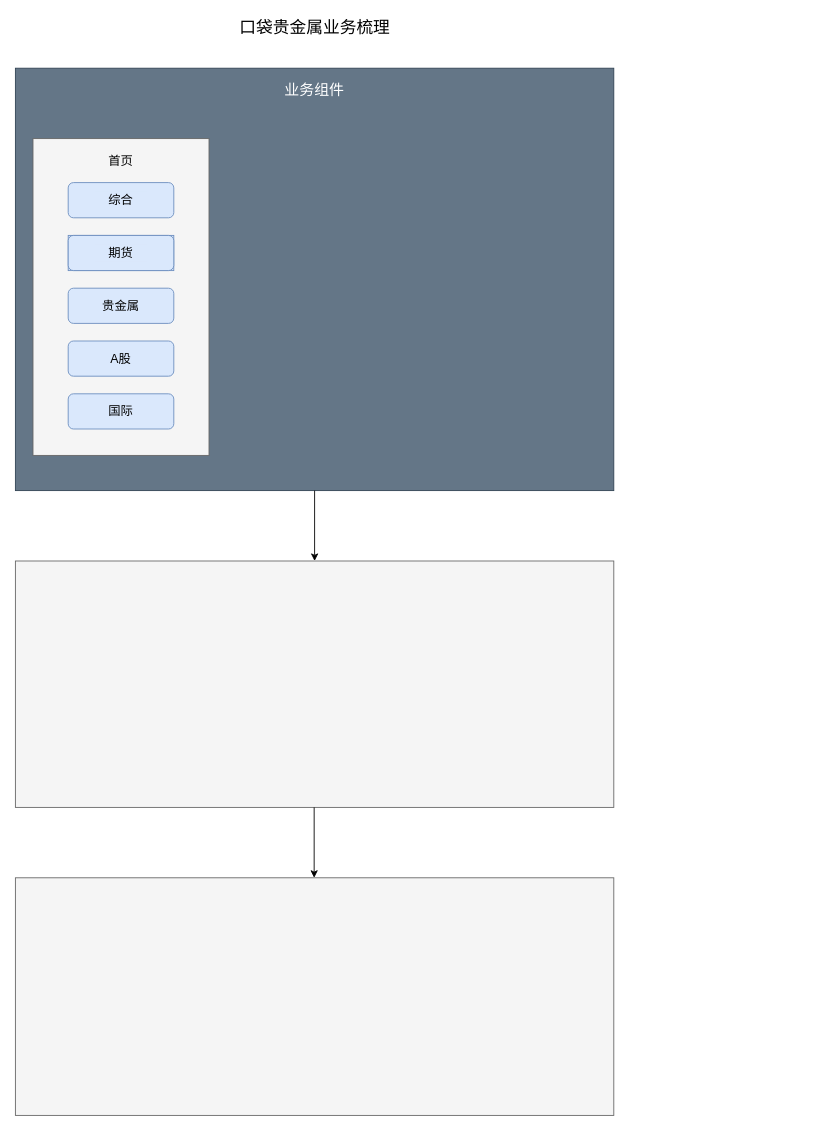
Before: 口袋贵金属业务梳理.drawio in CY-0227/YC_Binary_Config, a draw.io diagram. Source tidied: cells renumbered, new cells numbered last; positions are measured from the earlier drawing's top-left corner, leaving out a move shared by most shapes. Both pictures are drawn from the tidied source at 88%, with x=0, y=0 at pixel (15, 15).
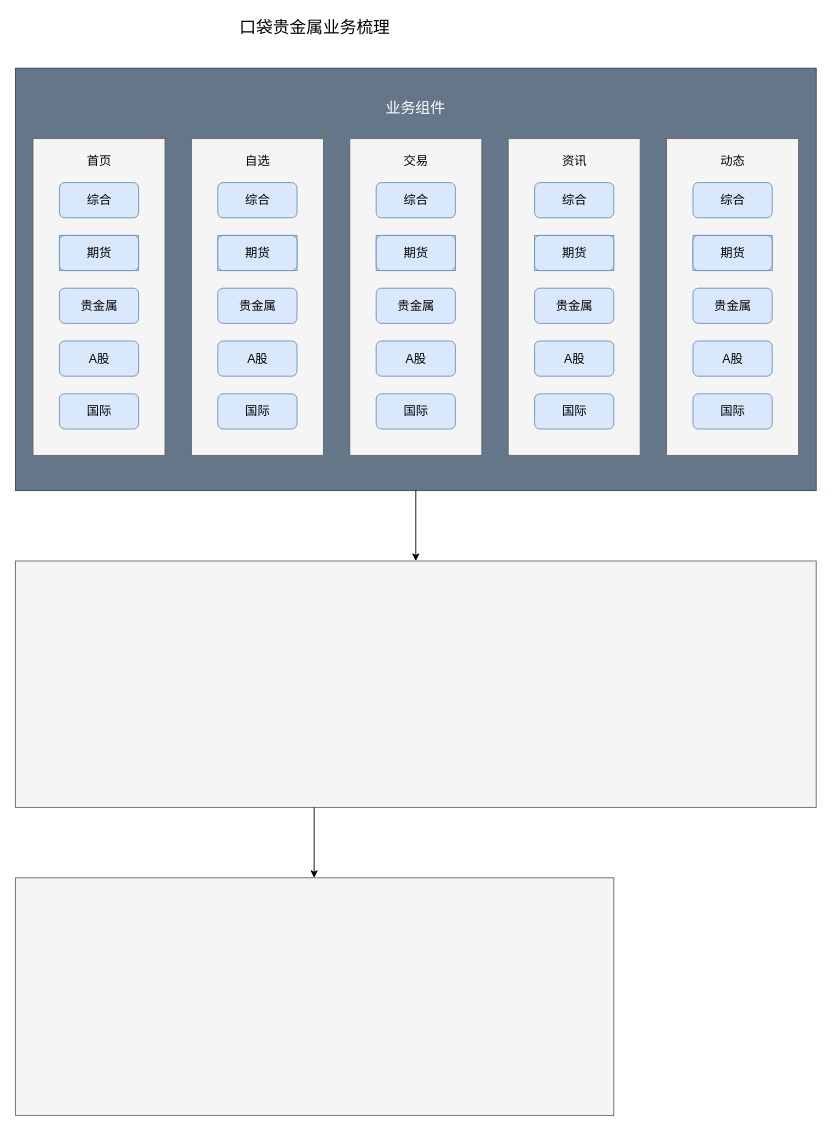
The same page after the edit.

Commit message:
更新口袋贵金属业务梳理.drawio

The edit, as a diff of the source:
```diff
@@
     <mxCell id="2" style="rounded=0;whiteSpace=wrap;html=1;fillColor=#647687;strokeColor=#314354;fontColor=#ffffff;" parent="1" vertex="1">
-      <mxGeometry y="60" width="680" height="480" as="geometry" />
+      <mxGeometry y="60" width="910" height="480" as="geometry" />
     </mxCell>
     <mxCell id="3" style="rounded=0;whiteSpace=wrap;html=1;fillColor=#f5f5f5;strokeColor=#666666;fontColor=#333333;" parent="1" vertex="1">
-      <mxGeometry y="620" width="680" height="280" as="geometry" />
+      <mxGeometry y="620" width="910" height="280" as="geometry" />
     </mxCell>
@@
     <mxCell id="9" value="&lt;font style=&quot;font-size: 17px&quot;&gt;业务组件&lt;/font&gt;" style="text;html=1;strokeColor=none;fillColor=none;align=center;verticalAlign=middle;whiteSpace=wrap;rounded=0;fontSize=19;fontColor=#FFFFFF;" parent="1" vertex="1">
-      <mxGeometry x="275" y="70" width="130" height="30" as="geometry" />
+      <mxGeometry x="390" y="90" width="130" height="30" as="geometry" />
     </mxCell>
+    <mxCell id="27" style="group;" parent="1" vertex="1">
+      <mxGeometry x="20" y="140" width="150" height="360" as="geometry" />
+    </mxCell>
-    <mxCell id="10" style="rounded=0;whiteSpace=wrap;html=1;fontSize=17;fontColor=#333333;fillColor=#f5f5f5;strokeColor=#666666;" parent="1" vertex="1">
-      <mxGeometry x="20" y="140" width="200" height="360" as="geometry" />
+    <mxCell id="10" style="rounded=0;whiteSpace=wrap;html=1;fontSize=17;fontColor=#333333;fillColor=#f5f5f5;strokeColor=#666666;" parent="27" vertex="1">
+      <mxGeometry width="150" height="360" as="geometry" />
     </mxCell>
-    <mxCell id="11" value="&lt;font style=&quot;font-size: 14px&quot;&gt;首页&lt;/font&gt;" style="text;html=1;strokeColor=none;fillColor=none;align=center;verticalAlign=middle;whiteSpace=wrap;rounded=0;fontSize=17;fontColor=#000000;" parent="1" vertex="1">
-      <mxGeometry x="90" y="150" width="60" height="30" as="geometry" />
+    <mxCell id="11" value="&lt;font style=&quot;font-size: 14px&quot;&gt;首页&lt;/font&gt;" style="text;html=1;strokeColor=none;fillColor=none;align=center;verticalAlign=middle;whiteSpace=wrap;rounded=0;fontSize=17;fontColor=#000000;" parent="27" vertex="1">
+      <mxGeometry x="52.5" y="10" width="45" height="30" as="geometry" />
     </mxCell>
-    <mxCell id="12" style="group;" parent="1" vertex="1">
-      <mxGeometry x="60" y="190" width="120" height="40" as="geometry" />
+    <mxCell id="12" style="group;" parent="27" vertex="1">
+      <mxGeometry x="30" y="50" width="90" height="40" as="geometry" />
     </mxCell>
     <mxCell id="13" style="rounded=1;whiteSpace=wrap;html=1;fontSize=14;fillColor=#dae8fc;strokeColor=#6c8ebf;" parent="12" vertex="1">
-      <mxGeometry width="120" height="40" as="geometry" />
+      <mxGeometry width="90" height="40" as="geometry" />
     </mxCell>
     <mxCell id="14" value="综合" style="text;html=1;strokeColor=none;fillColor=#dae8fc;align=center;verticalAlign=middle;whiteSpace=wrap;rounded=0;fontSize=14;" parent="12" vertex="1">
-      <mxGeometry x="30" y="10" width="60" height="20" as="geometry" />
+      <mxGeometry x="22.5" y="10" width="45" height="20" as="geometry" />
     </mxCell>
-    <mxCell id="15" style="group;fillColor=#dae8fc;strokeColor=#6c8ebf;gradientColor=none;rounded=0;glass=0;" parent="1" vertex="1">
-      <mxGeometry x="60" y="250" width="120" height="40" as="geometry" />
+    <mxCell id="15" style="group;fillColor=#dae8fc;strokeColor=#6c8ebf;gradientColor=none;rounded=0;glass=0;" parent="27" vertex="1">
+      <mxGeometry x="30" y="110" width="90" height="40" as="geometry" />
     </mxCell>
     <mxCell id="16" style="rounded=1;whiteSpace=wrap;html=1;fontSize=14;fillColor=#dae8fc;strokeColor=#6c8ebf;" parent="15" vertex="1">
-      <mxGeometry width="120" height="40" as="geometry" />
+      <mxGeometry width="90" height="40" as="geometry" />
     </mxCell>
     <mxCell id="17" value="期货" style="text;html=1;strokeColor=none;fillColor=#dae8fc;align=center;verticalAlign=middle;whiteSpace=wrap;rounded=0;fontSize=14;" parent="15" vertex="1">
-      <mxGeometry x="30" y="10" width="60" height="20" as="geometry" />
+      <mxGeometry x="22.5" y="10" width="45" height="20" as="geometry" />
     </mxCell>
-    <mxCell id="18" style="group;" parent="1" vertex="1">
-      <mxGeometry x="60" y="310" width="120" height="40" as="geometry" />
+    <mxCell id="18" style="group;" parent="27" vertex="1">
+      <mxGeometry x="30" y="170" width="90" height="40" as="geometry" />
     </mxCell>
     <mxCell id="19" style="rounded=1;whiteSpace=wrap;html=1;fontSize=14;fillColor=#dae8fc;strokeColor=#6c8ebf;" parent="18" vertex="1">
-      <mxGeometry width="120" height="40" as="geometry" />
+      <mxGeometry width="90" height="40" as="geometry" />
     </mxCell>
     <mxCell id="20" value="贵金属" style="text;html=1;strokeColor=none;fillColor=none;align=center;verticalAlign=middle;whiteSpace=wrap;rounded=0;fontSize=14;fontColor=#000000;" parent="18" vertex="1">
-      <mxGeometry x="30" y="10" width="60" height="20" as="geometry" />
+      <mxGeometry x="22.5" y="10" width="45" height="20" as="geometry" />
     </mxCell>
-    <mxCell id="21" style="group;" parent="1" vertex="1">
-      <mxGeometry x="60" y="370" width="120" height="40" as="geometry" />
+    <mxCell id="21" style="group;" parent="27" vertex="1">
+      <mxGeometry x="30" y="230" width="90" height="40" as="geometry" />
     </mxCell>
     <mxCell id="22" style="rounded=1;whiteSpace=wrap;html=1;fontSize=14;fillColor=#dae8fc;strokeColor=#6c8ebf;" parent="21" vertex="1">
-      <mxGeometry width="120" height="40" as="geometry" />
+      <mxGeometry width="90" height="40" as="geometry" />
     </mxCell>
     <mxCell id="23" value="A股" style="text;html=1;strokeColor=none;fillColor=none;align=center;verticalAlign=middle;whiteSpace=wrap;rounded=0;fontSize=14;fontColor=#000000;" parent="21" vertex="1">
-      <mxGeometry x="30" y="10" width="60" height="20" as="geometry" />
+      <mxGeometry x="22.5" y="10" width="45" height="20" as="geometry" />
     </mxCell>
-    <mxCell id="24" style="group;" parent="1" vertex="1">
-      <mxGeometry x="60" y="430" width="120" height="40" as="geometry" />
+    <mxCell id="24" style="group;" parent="27" vertex="1">
+      <mxGeometry x="30" y="290" width="90" height="40" as="geometry" />
     </mxCell>
     <mxCell id="25" style="rounded=1;whiteSpace=wrap;html=1;fontSize=14;fillColor=#dae8fc;strokeColor=#6c8ebf;" parent="24" vertex="1">
-      <mxGeometry width="120" height="40" as="geometry" />
+      <mxGeometry width="90" height="40" as="geometry" />
     </mxCell>
     <mxCell id="26" value="国际" style="text;html=1;strokeColor=none;fillColor=none;align=center;verticalAlign=middle;whiteSpace=wrap;rounded=0;fontSize=14;fontColor=#000000;" parent="24" vertex="1">
-      <mxGeometry x="30" y="10" width="60" height="20" as="geometry" />
+      <mxGeometry x="22.5" y="10" width="45" height="20" as="geometry" />
     </mxCell>
+    <mxCell id="28" style="group;" parent="1" vertex="1">
+      <mxGeometry x="200" y="140" width="150" height="360" as="geometry" />
+    </mxCell>
+    <mxCell id="29" style="rounded=0;whiteSpace=wrap;html=1;fontSize=17;fontColor=#333333;fillColor=#f5f5f5;strokeColor=#666666;" parent="28" vertex="1">
+      <mxGeometry width="150" height="360" as="geometry" />
+    </mxCell>
+    <mxCell id="30" value="&lt;span style=&quot;font-size: 14px&quot;&gt;自选&lt;/span&gt;" style="text;html=1;strokeColor=none;fillColor=none;align=center;verticalAlign=middle;whiteSpace=wrap;rounded=0;fontSize=17;fontColor=#000000;" parent="28" vertex="1">
+      <mxGeometry x="52.5" y="10" width="45" height="30" as="geometry" />
+    </mxCell>
+    <mxCell id="31" style="group;" parent="28" vertex="1">
+      <mxGeometry x="30" y="50" width="90" height="40" as="geometry" />
+    </mxCell>
+    <mxCell id="32" style="rounded=1;whiteSpace=wrap;html=1;fontSize=14;fillColor=#dae8fc;strokeColor=#6c8ebf;" parent="31" vertex="1">
+      <mxGeometry width="90" height="40" as="geometry" />
+    </mxCell>
+    <mxCell id="33" value="综合" style="text;html=1;strokeColor=none;fillColor=#dae8fc;align=center;verticalAlign=middle;whiteSpace=wrap;rounded=0;fontSize=14;" parent="31" vertex="1">
+      <mxGeometry x="22.5" y="10" width="45" height="20" as="geometry" />
+    </mxCell>
+    <mxCell id="34" style="group;fillColor=#dae8fc;strokeColor=#6c8ebf;gradientColor=none;rounded=0;glass=0;" parent="28" vertex="1">
+      <mxGeometry x="30" y="110" width="90" height="40" as="geometry" />
+    </mxCell>
+    <mxCell id="35" style="rounded=1;whiteSpace=wrap;html=1;fontSize=14;fillColor=#dae8fc;strokeColor=#6c8ebf;" parent="34" vertex="1">
+      <mxGeometry width="90" height="40" as="geometry" />
+    </mxCell>
+    <mxCell id="36" value="期货" style="text;html=1;strokeColor=none;fillColor=#dae8fc;align=center;verticalAlign=middle;whiteSpace=wrap;rounded=0;fontSize=14;" parent="34" vertex="1">
+      <mxGeometry x="22.5" y="10" width="45" height="20" as="geometry" />
+    </mxCell>
+    <mxCell id="37" style="group;" parent="28" vertex="1">
+      <mxGeometry x="30" y="170" width="90" height="40" as="geometry" />
+    </mxCell>
+    <mxCell id="38" style="rounded=1;whiteSpace=wrap;html=1;fontSize=14;fillColor=#dae8fc;strokeColor=#6c8ebf;" parent="37" vertex="1">
+      <mxGeometry width="90" height="40" as="geometry" />
+    </mxCell>
+    <mxCell id="39" value="贵金属" style="text;html=1;strokeColor=none;fillColor=none;align=center;verticalAlign=middle;whiteSpace=wrap;rounded=0;fontSize=14;fontColor=#000000;" parent="37" vertex="1">
+      <mxGeometry x="22.5" y="10" width="45" height="20" as="geometry" />
+    </mxCell>
+    <mxCell id="40" style="group;" parent="28" vertex="1">
+      <mxGeometry x="30" y="230" width="90" height="40" as="geometry" />
+    </mxCell>
+    <mxCell id="41" style="rounded=1;whiteSpace=wrap;html=1;fontSize=14;fillColor=#dae8fc;strokeColor=#6c8ebf;" parent="40" vertex="1">
+      <mxGeometry width="90" height="40" as="geometry" />
+    </mxCell>
+    <mxCell id="42" value="A股" style="text;html=1;strokeColor=none;fillColor=none;align=center;verticalAlign=middle;whiteSpace=wrap;rounded=0;fontSize=14;fontColor=#000000;" parent="40" vertex="1">
+      <mxGeometry x="22.5" y="10" width="45" height="20" as="geometry" />
+    </mxCell>
+    <mxCell id="43" style="group;" parent="28" vertex="1">
+      <mxGeometry x="30" y="290" width="90" height="40" as="geometry" />
+    </mxCell>
+    <mxCell id="44" style="rounded=1;whiteSpace=wrap;html=1;fontSize=14;fillColor=#dae8fc;strokeColor=#6c8ebf;" parent="43" vertex="1">
+      <mxGeometry width="90" height="40" as="geometry" />
+    </mxCell>
+    <mxCell id="45" value="国际" style="text;html=1;strokeColor=none;fillColor=none;align=center;verticalAlign=middle;whiteSpace=wrap;rounded=0;fontSize=14;fontColor=#000000;" parent="43" vertex="1">
+      <mxGeometry x="22.5" y="10" width="45" height="20" as="geometry" />
+    </mxCell>
+    <mxCell id="46" style="group;" parent="1" vertex="1">
+      <mxGeometry x="380" y="140" width="150" height="360" as="geometry" />
+    </mxCell>
+    <mxCell id="47" style="rounded=0;whiteSpace=wrap;html=1;fontSize=17;fontColor=#333333;fillColor=#f5f5f5;strokeColor=#666666;" parent="46" vertex="1">
+      <mxGeometry width="150" height="360" as="geometry" />
+    </mxCell>
+    <mxCell id="48" value="&lt;font style=&quot;font-size: 14px&quot;&gt;交易&lt;/font&gt;" style="text;html=1;strokeColor=none;fillColor=none;align=center;verticalAlign=middle;whiteSpace=wrap;rounded=0;fontSize=17;fontColor=#000000;" parent="46" vertex="1">
+      <mxGeometry x="52.5" y="10" width="45" height="30" as="geometry" />
+    </mxCell>
+    <mxCell id="49" style="group;" parent="46" vertex="1">
+      <mxGeometry x="30" y="50" width="90" height="40" as="geometry" />
+    </mxCell>
+    <mxCell id="50" style="rounded=1;whiteSpace=wrap;html=1;fontSize=14;fillColor=#dae8fc;strokeColor=#6c8ebf;" parent="49" vertex="1">
+      <mxGeometry width="90" height="40" as="geometry" />
+    </mxCell>
+    <mxCell id="51" value="综合" style="text;html=1;strokeColor=none;fillColor=#dae8fc;align=center;verticalAlign=middle;whiteSpace=wrap;rounded=0;fontSize=14;" parent="49" vertex="1">
+      <mxGeometry x="22.5" y="10" width="45" height="20" as="geometry" />
+    </mxCell>
+    <mxCell id="52" style="group;fillColor=#dae8fc;strokeColor=#6c8ebf;gradientColor=none;rounded=0;glass=0;" parent="46" vertex="1">
+      <mxGeometry x="30" y="110" width="90" height="40" as="geometry" />
+    </mxCell>
+    <mxCell id="53" style="rounded=1;whiteSpace=wrap;html=1;fontSize=14;fillColor=#dae8fc;strokeColor=#6c8ebf;" parent="52" vertex="1">
+      <mxGeometry width="90" height="40" as="geometry" />
+    </mxCell>
+    <mxCell id="54" value="期货" style="text;html=1;strokeColor=none;fillColor=#dae8fc;align=center;verticalAlign=middle;whiteSpace=wrap;rounded=0;fontSize=14;" parent="52" vertex="1">
+      <mxGeometry x="22.5" y="10" width="45" height="20" as="geometry" />
+    </mxCell>
+    <mxCell id="55" style="group;" parent="46" vertex="1">
+      <mxGeometry x="30" y="170" width="90" height="40" as="geometry" />
+    </mxCell>
+    <mxCell id="56" style="rounded=1;whiteSpace=wrap;html=1;fontSize=14;fillColor=#dae8fc;strokeColor=#6c8ebf;" parent="55" vertex="1">
+      <mxGeometry width="90" height="40" as="geometry" />
+    </mxCell>
+    <mxCell id="57" value="贵金属" style="text;html=1;strokeColor=none;fillColor=none;align=center;verticalAlign=middle;whiteSpace=wrap;rounded=0;fontSize=14;fontColor=#000000;" parent="55" vertex="1">
+      <mxGeometry x="22.5" y="10" width="45" height="20" as="geometry" />
+    </mxCell>
+    <mxCell id="58" style="group;" parent="46" vertex="1">
+      <mxGeometry x="30" y="230" width="90" height="40" as="geometry" />
+    </mxCell>
+    <mxCell id="59" style="rounded=1;whiteSpace=wrap;html=1;fontSize=14;fillColor=#dae8fc;strokeColor=#6c8ebf;" parent="58" vertex="1">
+      <mxGeometry width="90" height="40" as="geometry" />
+    </mxCell>
+    <mxCell id="60" value="A股" style="text;html=1;strokeColor=none;fillColor=none;align=center;verticalAlign=middle;whiteSpace=wrap;rounded=0;fontSize=14;fontColor=#000000;" parent="58" vertex="1">
+      <mxGeometry x="22.5" y="10" width="45" height="20" as="geometry" />
+    </mxCell>
+    <mxCell id="61" style="group;" parent="46" vertex="1">
+      <mxGeometry x="30" y="290" width="90" height="40" as="geometry" />
+    </mxCell>
+    <mxCell id="62" style="rounded=1;whiteSpace=wrap;html=1;fontSize=14;fillColor=#dae8fc;strokeColor=#6c8ebf;" parent="61" vertex="1">
+      <mxGeometry width="90" height="40" as="geometry" />
+    </mxCell>
+    <mxCell id="63" value="国际" style="text;html=1;strokeColor=none;fillColor=none;align=center;verticalAlign=middle;whiteSpace=wrap;rounded=0;fontSize=14;fontColor=#000000;" parent="61" vertex="1">
+      <mxGeometry x="22.5" y="10" width="45" height="20" as="geometry" />
+    </mxCell>
+    <mxCell id="64" style="group;" parent="1" vertex="1">
+      <mxGeometry x="560" y="140" width="150" height="360" as="geometry" />
+    </mxCell>
+    <mxCell id="65" style="rounded=0;whiteSpace=wrap;html=1;fontSize=17;fontColor=#333333;fillColor=#f5f5f5;strokeColor=#666666;" parent="64" vertex="1">
+      <mxGeometry width="150" height="360" as="geometry" />
+    </mxCell>
+    <mxCell id="66" value="&lt;font style=&quot;font-size: 14px&quot;&gt;资讯&lt;/font&gt;" style="text;html=1;strokeColor=none;fillColor=none;align=center;verticalAlign=middle;whiteSpace=wrap;rounded=0;fontSize=17;fontColor=#000000;" parent="64" vertex="1">
+      <mxGeometry x="52.5" y="10" width="45" height="30" as="geometry" />
+    </mxCell>
+    <mxCell id="67" style="group;" parent="64" vertex="1">
+      <mxGeometry x="30" y="50" width="90" height="40" as="geometry" />
+    </mxCell>
+    <mxCell id="68" style="rounded=1;whiteSpace=wrap;html=1;fontSize=14;fillColor=#dae8fc;strokeColor=#6c8ebf;" parent="67" vertex="1">
+      <mxGeometry width="90" height="40" as="geometry" />
+    </mxCell>
+    <mxCell id="69" value="综合" style="text;html=1;strokeColor=none;fillColor=#dae8fc;align=center;verticalAlign=middle;whiteSpace=wrap;rounded=0;fontSize=14;" parent="67" vertex="1">
+      <mxGeometry x="22.5" y="10" width="45" height="20" as="geometry" />
+    </mxCell>
+    <mxCell id="70" style="group;fillColor=#dae8fc;strokeColor=#6c8ebf;gradientColor=none;rounded=0;glass=0;" parent="64" vertex="1">
+      <mxGeometry x="30" y="110" width="90" height="40" as="geometry" />
+    </mxCell>
+    <mxCell id="71" style="rounded=1;whiteSpace=wrap;html=1;fontSize=14;fillColor=#dae8fc;strokeColor=#6c8ebf;" parent="70" vertex="1">
+      <mxGeometry width="90" height="40" as="geometry" />
+    </mxCell>
+    <mxCell id="72" value="期货" style="text;html=1;strokeColor=none;fillColor=#dae8fc;align=center;verticalAlign=middle;whiteSpace=wrap;rounded=0;fontSize=14;" parent="70" vertex="1">
+      <mxGeometry x="22.5" y="10" width="45" height="20" as="geometry" />
+    </mxCell>
+    <mxCell id="73" style="group;" parent="64" vertex="1">
+      <mxGeometry x="30" y="170" width="90" height="40" as="geometry" />
+    </mxCell>
+    <mxCell id="74" style="rounded=1;whiteSpace=wrap;html=1;fontSize=14;fillColor=#dae8fc;strokeColor=#6c8ebf;" parent="73" vertex="1">
+      <mxGeometry width="90" height="40" as="geometry" />
+    </mxCell>
+    <mxCell id="75" value="贵金属" style="text;html=1;strokeColor=none;fillColor=none;align=center;verticalAlign=middle;whiteSpace=wrap;rounded=0;fontSize=14;fontColor=#000000;" parent="73" vertex="1">
+      <mxGeometry x="22.5" y="10" width="45" height="20" as="geometry" />
+    </mxCell>
+    <mxCell id="76" style="group;" parent="64" vertex="1">
+      <mxGeometry x="30" y="230" width="90" height="40" as="geometry" />
+    </mxCell>
+    <mxCell id="77" style="rounded=1;whiteSpace=wrap;html=1;fontSize=14;fillColor=#dae8fc;strokeColor=#6c8ebf;" parent="76" vertex="1">
+      <mxGeometry width="90" height="40" as="geometry" />
+    </mxCell>
+    <mxCell id="78" value="A股" style="text;html=1;strokeColor=none;fillColor=none;align=center;verticalAlign=middle;whiteSpace=wrap;rounded=0;fontSize=14;fontColor=#000000;" parent="76" vertex="1">
+      <mxGeometry x="22.5" y="10" width="45" height="20" as="geometry" />
+    </mxCell>
+    <mxCell id="79" style="group;" parent="64" vertex="1">
+      <mxGeometry x="30" y="290" width="90" height="40" as="geometry" />
+    </mxCell>
+    <mxCell id="80" style="rounded=1;whiteSpace=wrap;html=1;fontSize=14;fillColor=#dae8fc;strokeColor=#6c8ebf;" parent="79" vertex="1">
+      <mxGeometry width="90" height="40" as="geometry" />
+    </mxCell>
+    <mxCell id="81" value="国际" style="text;html=1;strokeColor=none;fillColor=none;align=center;verticalAlign=middle;whiteSpace=wrap;rounded=0;fontSize=14;fontColor=#000000;" parent="79" vertex="1">
+      <mxGeometry x="22.5" y="10" width="45" height="20" as="geometry" />
+    </mxCell>
+    <mxCell id="82" style="group;" parent="1" vertex="1">
+      <mxGeometry x="740" y="140" width="150" height="360" as="geometry" />
+    </mxCell>
+    <mxCell id="83" style="rounded=0;whiteSpace=wrap;html=1;fontSize=17;fontColor=#333333;fillColor=#f5f5f5;strokeColor=#666666;" parent="82" vertex="1">
+      <mxGeometry width="150" height="360" as="geometry" />
+    </mxCell>
+    <mxCell id="84" value="&lt;font style=&quot;font-size: 14px&quot;&gt;动态&lt;/font&gt;" style="text;html=1;strokeColor=none;fillColor=none;align=center;verticalAlign=middle;whiteSpace=wrap;rounded=0;fontSize=17;fontColor=#000000;" parent="82" vertex="1">
+      <mxGeometry x="52.5" y="10" width="45" height="30" as="geometry" />
+    </mxCell>
+    <mxCell id="85" style="group;" parent="82" vertex="1">
+      <mxGeometry x="30" y="50" width="90" height="40" as="geometry" />
+    </mxCell>
+    <mxCell id="86" style="rounded=1;whiteSpace=wrap;html=1;fontSize=14;fillColor=#dae8fc;strokeColor=#6c8ebf;" parent="85" vertex="1">
+      <mxGeometry width="90" height="40" as="geometry" />
+    </mxCell>
+    <mxCell id="87" value="综合" style="text;html=1;strokeColor=none;fillColor=#dae8fc;align=center;verticalAlign=middle;whiteSpace=wrap;rounded=0;fontSize=14;" parent="85" vertex="1">
+      <mxGeometry x="22.5" y="10" width="45" height="20" as="geometry" />
+    </mxCell>
+    <mxCell id="88" style="group;fillColor=#dae8fc;strokeColor=#6c8ebf;gradientColor=none;rounded=0;glass=0;" parent="82" vertex="1">
+      <mxGeometry x="30" y="110" width="90" height="40" as="geometry" />
+    </mxCell>
+    <mxCell id="89" style="rounded=1;whiteSpace=wrap;html=1;fontSize=14;fillColor=#dae8fc;strokeColor=#6c8ebf;" parent="88" vertex="1">
+      <mxGeometry width="90" height="40" as="geometry" />
+    </mxCell>
+    <mxCell id="90" value="期货" style="text;html=1;strokeColor=none;fillColor=#dae8fc;align=center;verticalAlign=middle;whiteSpace=wrap;rounded=0;fontSize=14;" parent="88" vertex="1">
+      <mxGeometry x="22.5" y="10" width="45" height="20" as="geometry" />
+    </mxCell>
+    <mxCell id="91" style="group;" parent="82" vertex="1">
+      <mxGeometry x="30" y="170" width="90" height="40" as="geometry" />
+    </mxCell>
+    <mxCell id="92" style="rounded=1;whiteSpace=wrap;html=1;fontSize=14;fillColor=#dae8fc;strokeColor=#6c8ebf;" parent="91" vertex="1">
+      <mxGeometry width="90" height="40" as="geometry" />
+    </mxCell>
+    <mxCell id="93" value="贵金属" style="text;html=1;strokeColor=none;fillColor=none;align=center;verticalAlign=middle;whiteSpace=wrap;rounded=0;fontSize=14;fontColor=#000000;" parent="91" vertex="1">
+      <mxGeometry x="22.5" y="10" width="45" height="20" as="geometry" />
+    </mxCell>
+    <mxCell id="94" style="group;" parent="82" vertex="1">
+      <mxGeometry x="30" y="230" width="90" height="40" as="geometry" />
+    </mxCell>
+    <mxCell id="95" style="rounded=1;whiteSpace=wrap;html=1;fontSize=14;fillColor=#dae8fc;strokeColor=#6c8ebf;" parent="94" vertex="1">
+      <mxGeometry width="90" height="40" as="geometry" />
+    </mxCell>
+    <mxCell id="96" value="A股" style="text;html=1;strokeColor=none;fillColor=none;align=center;verticalAlign=middle;whiteSpace=wrap;rounded=0;fontSize=14;fontColor=#000000;" parent="94" vertex="1">
+      <mxGeometry x="22.5" y="10" width="45" height="20" as="geometry" />
+    </mxCell>
+    <mxCell id="97" style="group;" parent="82" vertex="1">
+      <mxGeometry x="30" y="290" width="90" height="40" as="geometry" />
+    </mxCell>
+    <mxCell id="98" style="rounded=1;whiteSpace=wrap;html=1;fontSize=14;fillColor=#dae8fc;strokeColor=#6c8ebf;" parent="97" vertex="1">
+      <mxGeometry width="90" height="40" as="geometry" />
+    </mxCell>
+    <mxCell id="99" value="国际" style="text;html=1;strokeColor=none;fillColor=none;align=center;verticalAlign=middle;whiteSpace=wrap;rounded=0;fontSize=14;fontColor=#000000;" parent="97" vertex="1">
+      <mxGeometry x="22.5" y="10" width="45" height="20" as="geometry" />
+    </mxCell>
```
